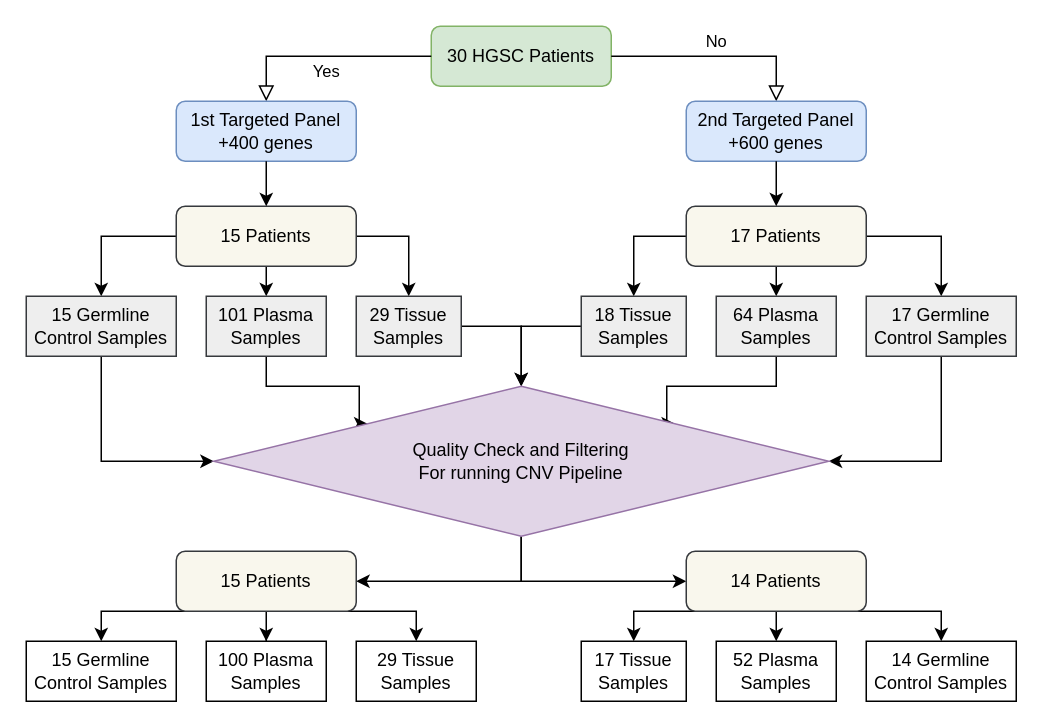
maitnnguyen/CNVpipeline4ctDNA keeps this draw.io diagram as Cohort.drawio. Above is the earlier version. Source tidied: cells renumbered, new cells numbered last; positions are measured from the earlier drawing's top-left corner, leaving out a move shared by most shapes. Both pictures are drawn from the tidied source at 150%, with x=0, y=0 at pixel (26, 26).
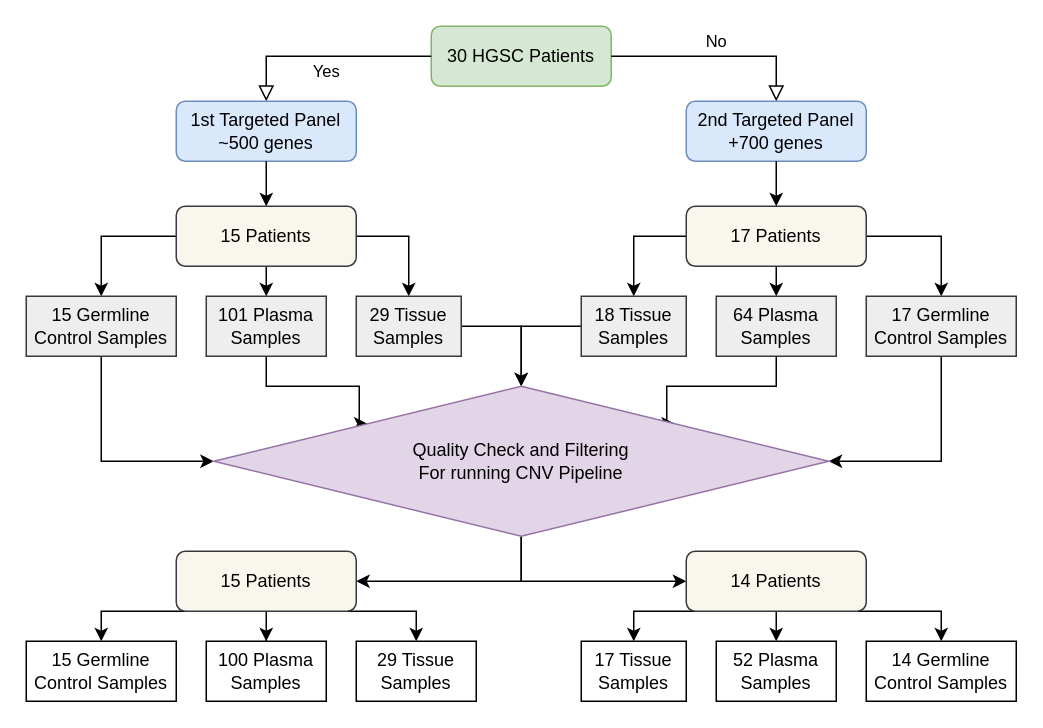
The same page after the edit.

The edit, as a diff of the source:
```diff
@@
-    <mxCell id="4" value="2nd Targeted Panel&lt;br&gt;+600 genes" style="rounded=1;whiteSpace=wrap;html=1;fontSize=12;glass=0;strokeWidth=1;shadow=0;fillColor=#dae8fc;strokeColor=#6c8ebf;" parent="1" vertex="1">
+    <mxCell id="4" value="2nd Targeted Panel&lt;br&gt;+700 genes" style="rounded=1;whiteSpace=wrap;html=1;fontSize=12;glass=0;strokeWidth=1;shadow=0;fillColor=#dae8fc;strokeColor=#6c8ebf;" parent="1" vertex="1">
       <mxGeometry x="440" y="50" width="120" height="40" as="geometry" />
     </mxCell>
@@
-    <mxCell id="6" value="1st Targeted Panel&lt;br&gt;+400 genes" style="rounded=1;whiteSpace=wrap;html=1;fontSize=12;glass=0;strokeWidth=1;shadow=0;fillColor=#dae8fc;strokeColor=#6c8ebf;" parent="1" vertex="1">
+    <mxCell id="6" value="1st Targeted Panel&lt;br&gt;~500 genes" style="rounded=1;whiteSpace=wrap;html=1;fontSize=12;glass=0;strokeWidth=1;shadow=0;fillColor=#dae8fc;strokeColor=#6c8ebf;" parent="1" vertex="1">
       <mxGeometry x="100" y="50" width="120" height="40" as="geometry" />
     </mxCell>
```
